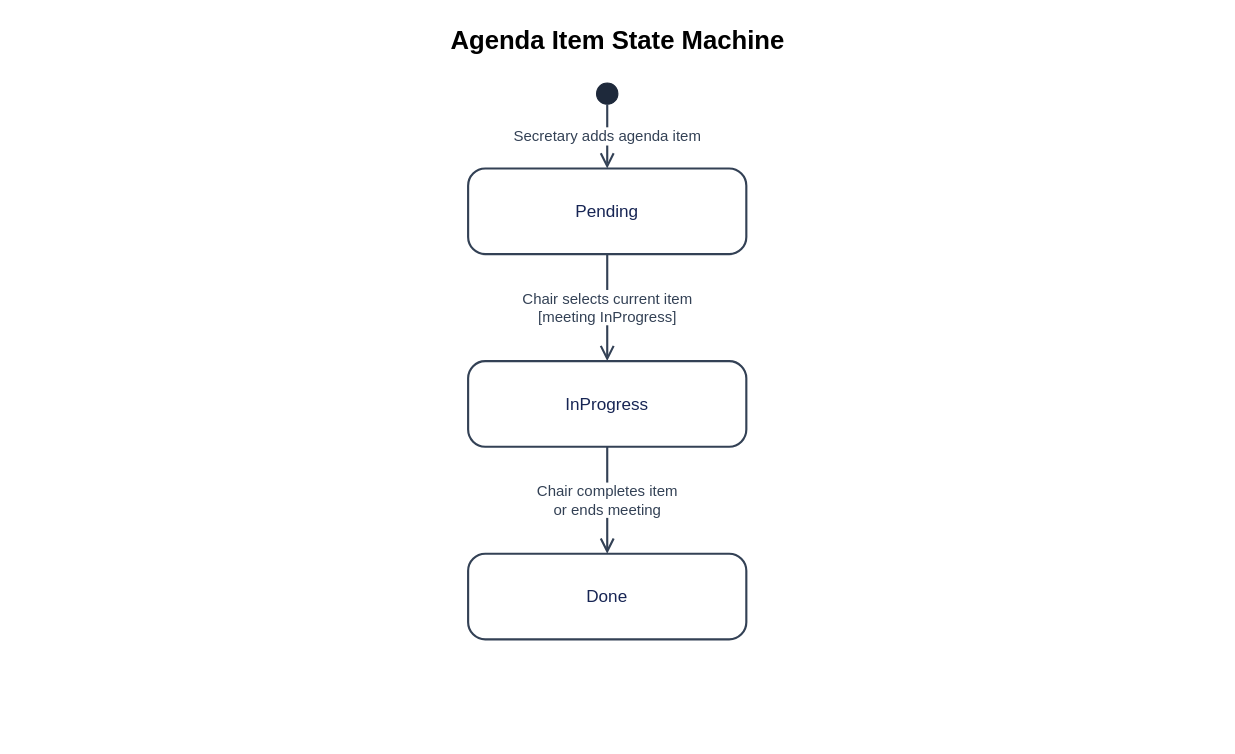
Above: docs/10-statemachine/SM-02_Agenda.drawio in callmehai/FU-FA26-G116 (draw.io), before the change. Source tidied: cells renumbered, new cells numbered last; positions are measured from the earlier drawing's top-left corner, leaving out a move shared by most shapes. Both pictures are drawn from the tidied source at 107%, with x=0, y=0 at pixel (18, 18).
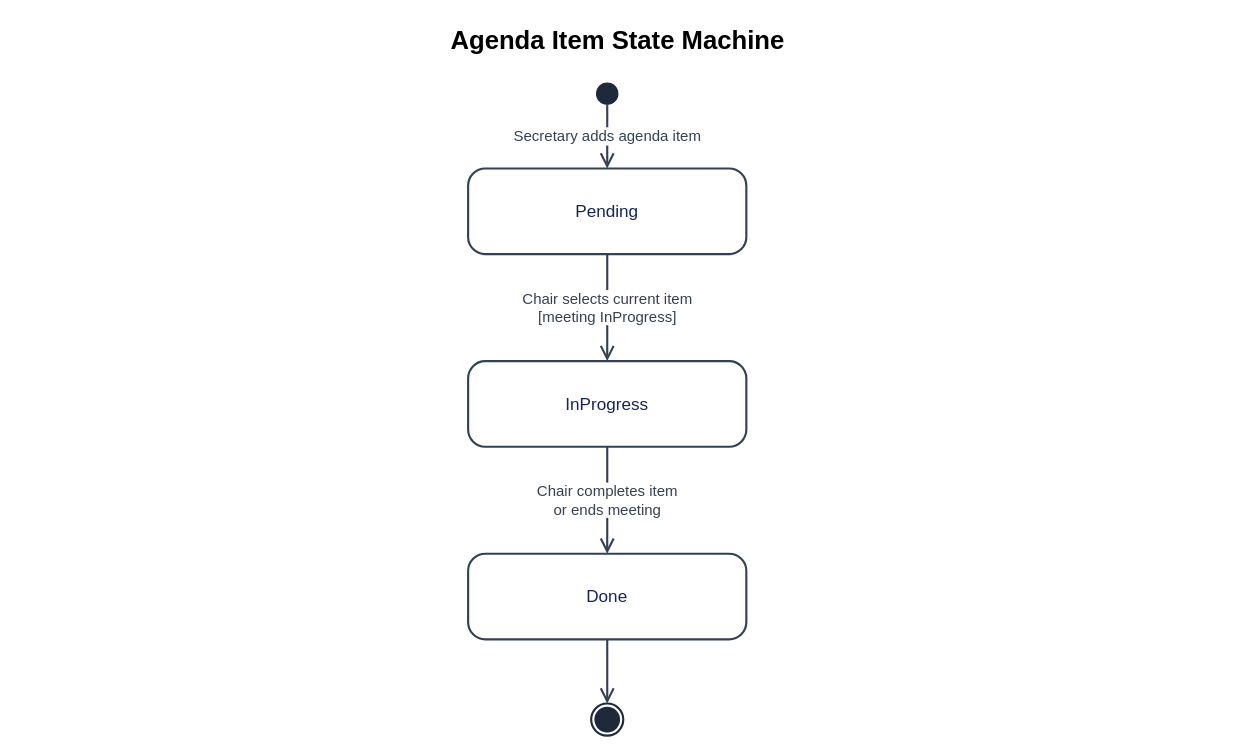
The same diagram, later.

Diff of the diagram source:
```diff
@@
 <mxGraphModel background="#ffffff">
   <root>
     <mxCell id="0" />
     <mxCell id="1" parent="0" />
     <mxCell id="2" value="Agenda Item State Machine" style="html=1;whiteSpace=wrap;fontFamily=Arial;fontSize=16;text;align=center;fontStyle=1;fontSize=24;" parent="1" vertex="1">
       <mxGeometry width="1120" height="50" as="geometry" />
     </mxCell>
     <mxCell id="3" style="html=1;whiteSpace=wrap;fontFamily=Arial;fontSize=16;ellipse;fillColor=#1e293b;strokeColor=#1e293b;" parent="1" vertex="1">
       <mxGeometry x="540" y="60" width="20" height="20" as="geometry" />
     </mxCell>
     <mxCell id="4" value="Pending" style="html=1;whiteSpace=wrap;fontFamily=Arial;fontSize=16;rounded=1;arcSize=20;fillColor=#ffffff;strokeColor=#334155;fontColor=#172554;strokeWidth=2;" parent="1" vertex="1">
       <mxGeometry x="420" y="140" width="260" height="80" as="geometry" />
     </mxCell>
     <mxCell id="5" value="InProgress" style="html=1;whiteSpace=wrap;fontFamily=Arial;fontSize=16;rounded=1;arcSize=20;fillColor=#ffffff;strokeColor=#334155;fontColor=#172554;strokeWidth=2;" parent="1" vertex="1">
       <mxGeometry x="420" y="320" width="260" height="80" as="geometry" />
     </mxCell>
     <mxCell id="6" value="Done" style="html=1;whiteSpace=wrap;fontFamily=Arial;fontSize=16;rounded=1;arcSize=20;fillColor=#ffffff;strokeColor=#334155;fontColor=#172554;strokeWidth=2;" parent="1" vertex="1">
       <mxGeometry x="420" y="500" width="260" height="80" as="geometry" />
     </mxCell>
     <mxCell id="7" value="Secretary adds agenda item" style="edgeStyle=orthogonalEdgeStyle;rounded=1;jettySize=auto;html=1;endArrow=open;endSize=10;strokeWidth=2;strokeColor=#334155;fontColor=#334155;fontFamily=Arial;fontSize=14;labelBackgroundColor=#ffffff;exitX=0.5;exitY=1;entryX=0.5;entryY=0;" parent="1" edge="1" source="3" target="4">
       <mxGeometry relative="1" as="geometry" />
     </mxCell>
     <mxCell id="8" value="Chair selects current item&#10;[meeting InProgress]" style="edgeStyle=orthogonalEdgeStyle;rounded=1;jettySize=auto;html=1;endArrow=open;endSize=10;strokeWidth=2;strokeColor=#334155;fontColor=#334155;fontFamily=Arial;fontSize=14;labelBackgroundColor=#ffffff;exitX=0.5;exitY=1;entryX=0.5;entryY=0;" parent="1" edge="1" source="4" target="5">
       <mxGeometry relative="1" as="geometry" />
     </mxCell>
     <mxCell id="9" value="Chair completes item&#10;or ends meeting" style="edgeStyle=orthogonalEdgeStyle;rounded=1;jettySize=auto;html=1;endArrow=open;endSize=10;strokeWidth=2;strokeColor=#334155;fontColor=#334155;fontFamily=Arial;fontSize=14;labelBackgroundColor=#ffffff;exitX=0.5;exitY=1;entryX=0.5;entryY=0;" parent="1" edge="1" source="5" target="6">
       <mxGeometry relative="1" as="geometry" />
     </mxCell>
+    <mxCell id="10" style="ellipse;html=1;shape=endState;fillColor=#1e293b;strokeColor=#1e293b;strokeWidth=2;" parent="1" vertex="1">
+      <mxGeometry x="535" y="640" width="30" height="30" as="geometry" />
+    </mxCell>
+    <mxCell id="11" style="edgeStyle=orthogonalEdgeStyle;rounded=1;jettySize=auto;html=1;endArrow=open;endSize=10;strokeWidth=2;strokeColor=#334155;exitX=0.5;exitY=1;entryX=0.5;entryY=0;" parent="1" edge="1" source="6" target="10">
+      <mxGeometry relative="1" as="geometry" />
+    </mxCell>
   </root>
 </mxGraphModel>
```
